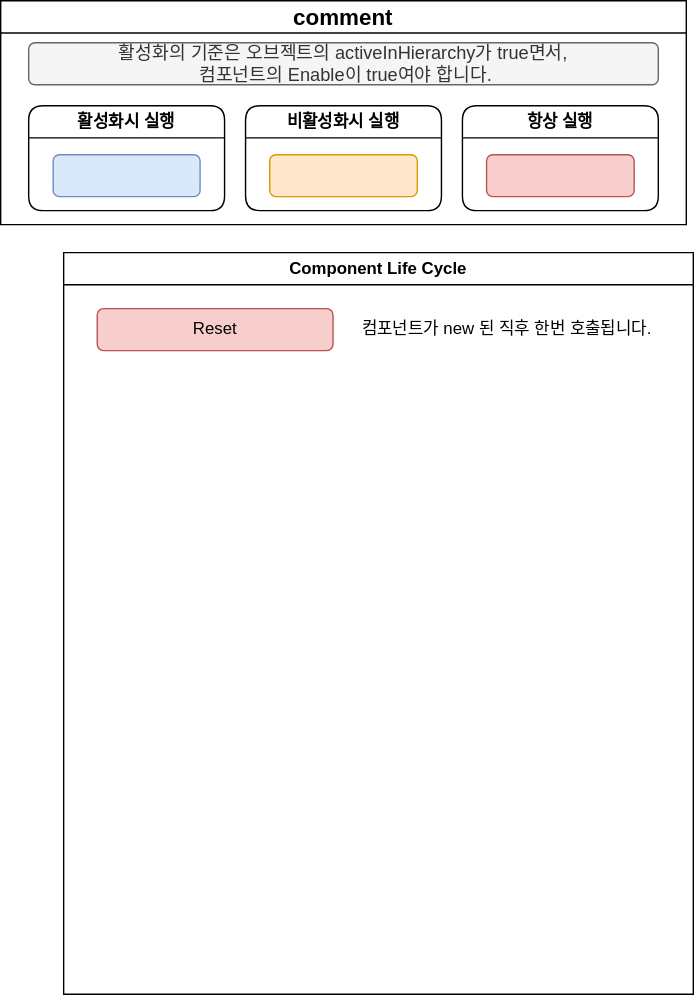
This is Diagram/ComponentLifeCycleFlowchart.drawio.svg from Scarecrow37/VanishingGround, a draw.io export, as it was before one commit. Source tidied: cells renumbered, new cells last; positions are measured from the earlier drawing's top-left corner, leaving out a move shared by most shapes.
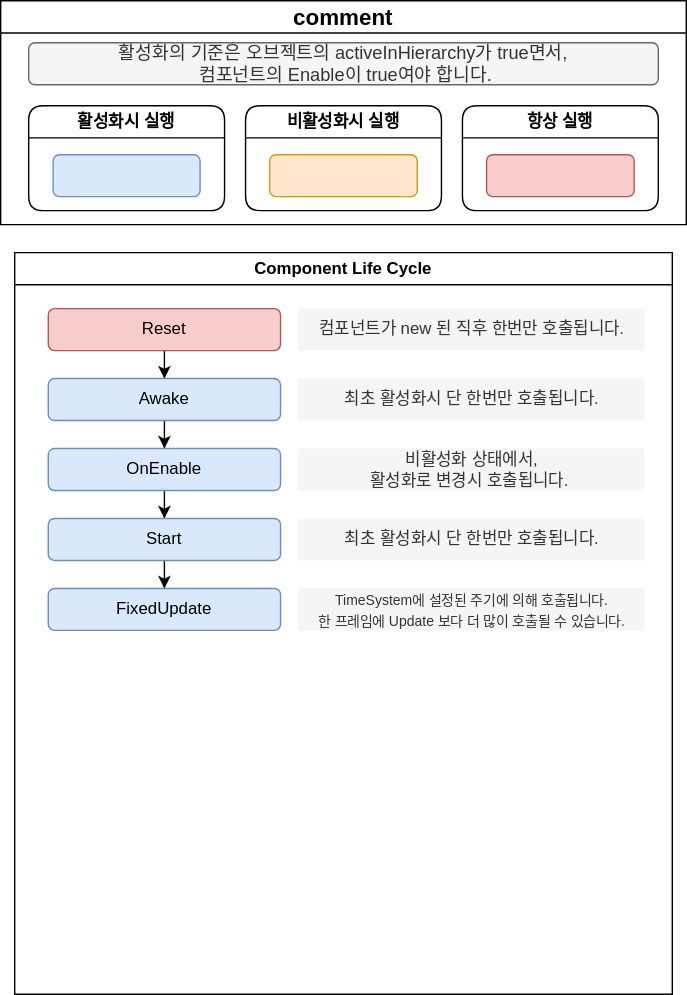
After the change.

Diff of the diagram source:
```diff
@@ -3,14 +3,50 @@
     <mxCell id="0" />
     <mxCell id="1" parent="0" />
     <mxCell id="2" value="Component Life Cycle" style="swimlane;whiteSpace=wrap;html=1;" parent="1" vertex="1">
-      <mxGeometry x="45" y="180" width="450" height="530" as="geometry" />
+      <mxGeometry x="10" y="180" width="470" height="530" as="geometry" />
     </mxCell>
+    <mxCell id="13" style="edgeStyle=orthogonalEdgeStyle;rounded=0;jettySize=auto;html=1;" parent="2" edge="1" source="3" target="15">
+      <mxGeometry relative="1" as="geometry" />
+    </mxCell>
     <mxCell id="3" value="Reset" style="rounded=1;whiteSpace=wrap;html=1;fillColor=#f8cecc;strokeColor=#b85450;" parent="2" vertex="1">
-      <mxGeometry x="24" y="40" width="168.5" height="30" as="geometry" />
+      <mxGeometry x="24" y="40" width="166" height="30" as="geometry" />
     </mxCell>
-    <mxCell id="4" value="컴포넌트가 new 된 직후 한번 호출됩니다." style="text;html=1;align=center;verticalAlign=middle;whiteSpace=wrap;rounded=0;" parent="2" vertex="1">
-      <mxGeometry x="192.5" y="40" width="247.5" height="30" as="geometry" />
+    <mxCell id="4" value="컴포넌트가 new 된 직후 한번만 호출됩니다." style="text;html=1;align=center;verticalAlign=middle;whiteSpace=wrap;rounded=0;fillColor=#f5f5f5;strokeColor=none;fontColor=#333333;" parent="2" vertex="1">
+      <mxGeometry x="202.5" y="40" width="247.5" height="30" as="geometry" />
     </mxCell>
+    <mxCell id="14" style="edgeStyle=orthogonalEdgeStyle;rounded=0;jettySize=auto;html=1;" parent="2" edge="1" source="15" target="18">
+      <mxGeometry relative="1" as="geometry" />
+    </mxCell>
+    <mxCell id="15" value="Awake" style="rounded=1;whiteSpace=wrap;html=1;fillColor=#dae8fc;strokeColor=#6c8ebf;" parent="2" vertex="1">
+      <mxGeometry x="24" y="90" width="166" height="30" as="geometry" />
+    </mxCell>
+    <mxCell id="16" value="최초 활성화시 단 한번만 호출됩니다." style="text;html=1;align=center;verticalAlign=middle;whiteSpace=wrap;rounded=0;fillColor=#f5f5f5;strokeColor=none;fontColor=#333333;" parent="2" vertex="1">
+      <mxGeometry x="202.5" y="90" width="247.5" height="30" as="geometry" />
+    </mxCell>
+    <mxCell id="17" style="edgeStyle=orthogonalEdgeStyle;rounded=0;jettySize=auto;html=1;" parent="2" edge="1" source="18" target="21">
+      <mxGeometry relative="1" as="geometry" />
+    </mxCell>
+    <mxCell id="18" value="OnEnable" style="rounded=1;whiteSpace=wrap;html=1;fillColor=#dae8fc;strokeColor=#6c8ebf;" parent="2" vertex="1">
+      <mxGeometry x="24" y="140" width="166" height="30" as="geometry" />
+    </mxCell>
+    <mxCell id="19" value="비활성화 상태에서,&lt;div&gt;활성화로 변경시 호출됩니다.&amp;nbsp;&lt;/div&gt;" style="text;html=1;align=center;verticalAlign=middle;whiteSpace=wrap;rounded=0;fillColor=#f5f5f5;strokeColor=none;fontColor=#333333;" parent="2" vertex="1">
+      <mxGeometry x="202.5" y="140" width="247.5" height="30" as="geometry" />
+    </mxCell>
+    <mxCell id="20" style="edgeStyle=orthogonalEdgeStyle;rounded=0;jettySize=auto;html=1;" parent="2" edge="1" source="21" target="23">
+      <mxGeometry relative="1" as="geometry" />
+    </mxCell>
+    <mxCell id="21" value="Start" style="rounded=1;whiteSpace=wrap;html=1;fillColor=#dae8fc;strokeColor=#6c8ebf;" parent="2" vertex="1">
+      <mxGeometry x="24" y="190" width="166" height="30" as="geometry" />
+    </mxCell>
+    <mxCell id="22" value="최초 활성화시 단 한번만 호출됩니다." style="text;html=1;align=center;verticalAlign=middle;whiteSpace=wrap;rounded=0;fillColor=#f5f5f5;strokeColor=none;fontColor=#333333;" parent="2" vertex="1">
+      <mxGeometry x="202.5" y="190" width="247.5" height="30" as="geometry" />
+    </mxCell>
+    <mxCell id="23" value="FixedUpdate" style="rounded=1;whiteSpace=wrap;html=1;fillColor=#dae8fc;strokeColor=#6c8ebf;" parent="2" vertex="1">
+      <mxGeometry x="24" y="240" width="166" height="30" as="geometry" />
+    </mxCell>
+    <mxCell id="24" value="&lt;font style=&quot;font-size: 10px;&quot;&gt;TimeSystem에 설정된 주기에 의해 호출됩니다.&lt;/font&gt;&lt;div&gt;&lt;font style=&quot;font-size: 10px;&quot;&gt;한 프레임에 Update 보다 더 많이 호출될 수 있습니다.&lt;/font&gt;&lt;/div&gt;" style="text;html=1;align=center;verticalAlign=middle;whiteSpace=wrap;rounded=0;fillColor=#f5f5f5;strokeColor=none;fontColor=#333333;" parent="2" vertex="1">
+      <mxGeometry x="202.5" y="240" width="247.5" height="30" as="geometry" />
+    </mxCell>
     <mxCell id="5" value="&lt;span style=&quot;font-family: Arial, sans-serif; text-align: start;&quot;&gt;&lt;font style=&quot;color: rgb(0, 0, 0); font-size: 16px;&quot;&gt;comment&lt;/font&gt;&lt;/span&gt;" style="swimlane;whiteSpace=wrap;html=1;" parent="1" vertex="1">
       <mxGeometry width="490" height="160" as="geometry" />
     </mxCell>
```
